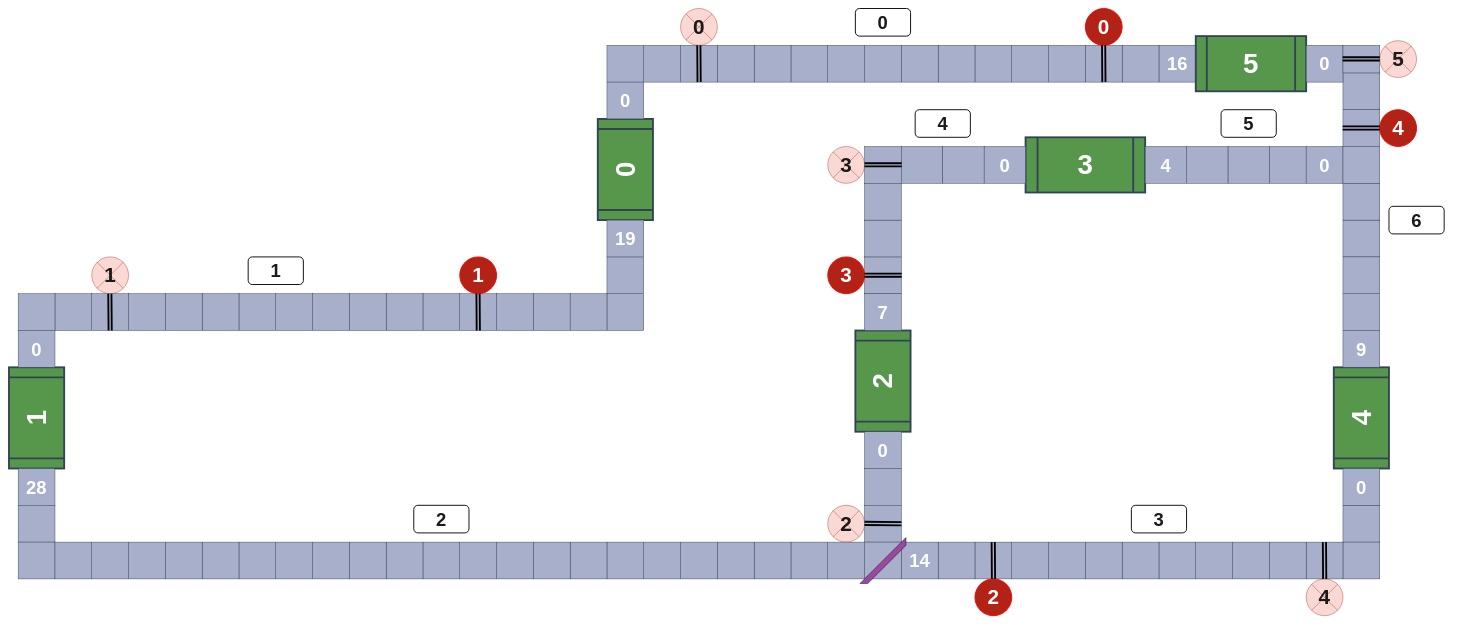
Before: belt_schema.drawio in tartarughina/formal_methods_23, a draw.io diagram. Source tidied: cells renumbered, new cells numbered last; positions are measured from the earlier drawing's top-left corner, leaving out a move shared by most shapes. Both pictures are drawn from the tidied source at 46%, with x=0, y=0 at pixel (-14, 8).
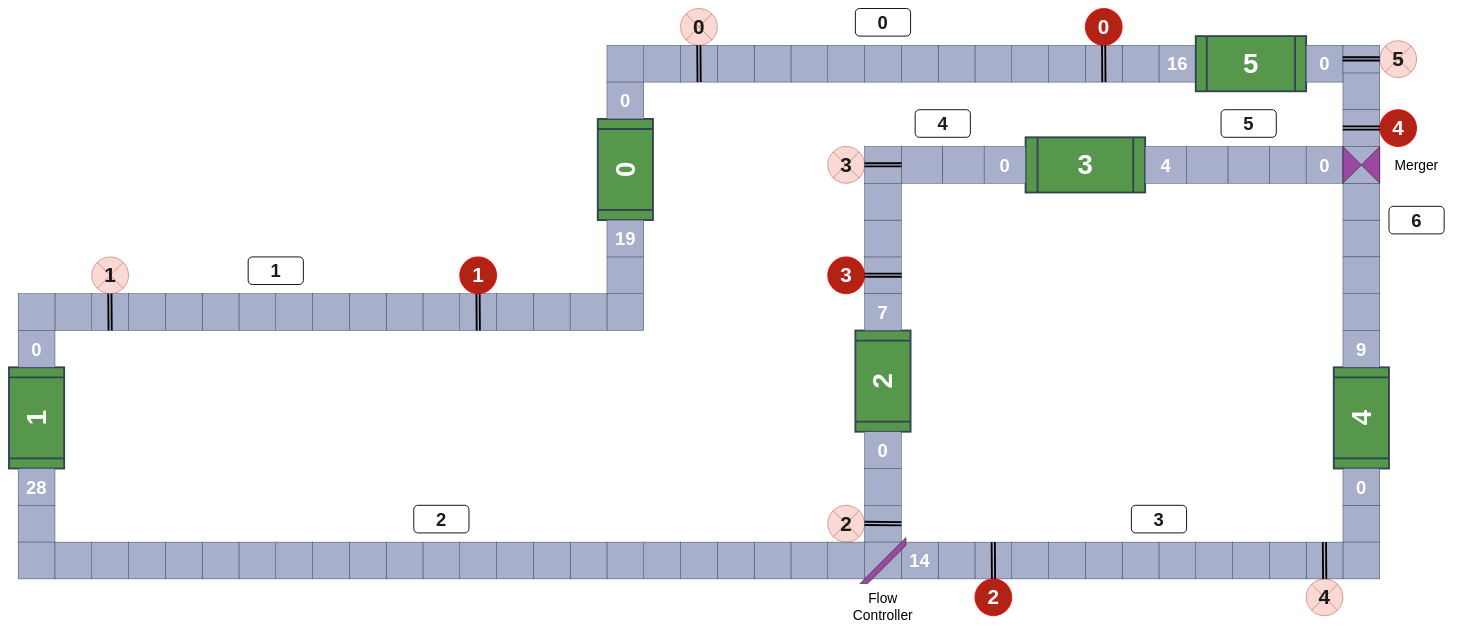
Above is the later version.

What changed in the source:
```diff
@@
+    <mxCell id="142" style="shape=collate;whiteSpace=wrap;html=1;fillColor=#9B48A3;rotation=-90;" parent="1" vertex="1">
+      <mxGeometry x="2950" y="300" width="80" height="80" as="geometry" />
+    </mxCell>
+    <mxCell id="143" value="&lt;font style=&quot;font-size: 30px;&quot; color=&quot;#000000&quot;&gt;Flow Controller&lt;/font&gt;" style="text;html=1;strokeColor=none;fillColor=none;align=center;verticalAlign=middle;whiteSpace=wrap;rounded=0;" parent="1" vertex="1">
+      <mxGeometry x="1875" y="1270" width="150" height="60" as="geometry" />
+    </mxCell>
+    <mxCell id="144" value="&lt;font style=&quot;font-size: 30px;&quot; color=&quot;#000000&quot;&gt;Merger&lt;/font&gt;" style="text;html=1;strokeColor=none;fillColor=none;align=center;verticalAlign=middle;whiteSpace=wrap;rounded=0;" parent="1" vertex="1">
+      <mxGeometry x="3035" y="310" width="150" height="60" as="geometry" />
+    </mxCell>
```
